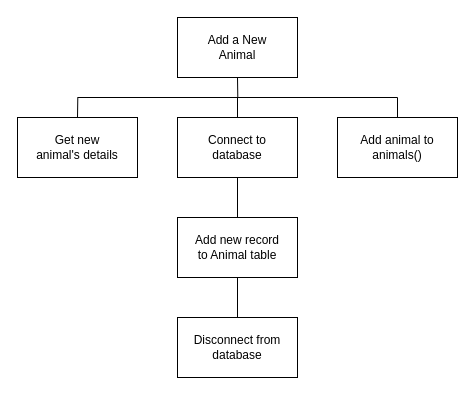
Before: page "sd1" (8 of 11) of ah-cs/sdd/AH-SDD-Animals/assets/diagrams/AH-SDD-Animals.drawio in MrFriendCS/MrFriendCS.github.io, a draw.io diagram. Source tidied: cells renumbered, new cells numbered last; positions are measured from the earlier drawing's top-left corner, leaving out a move shared by most shapes. Both pictures are drawn from the tidied source at 100%, with x=0, y=0 at pixel (17, 17).
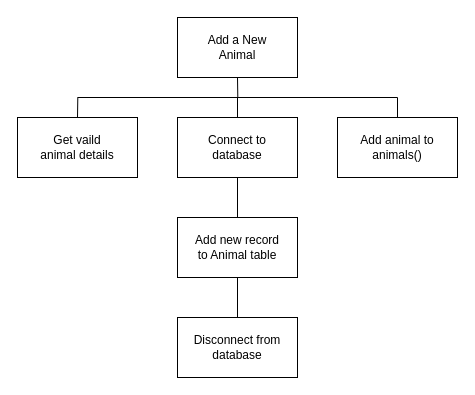
The same page after the edit.

The edit, as a diff of the source:
```diff
@@
 <mxGraphModel>
   <root>
     <mxCell id="0" />
     <mxCell id="1" parent="0" />
     <mxCell id="2" style="edgeStyle=none;shape=connector;rounded=0;jettySize=auto;html=1;exitX=0.5;exitY=1;exitDx=0;exitDy=0;strokeColor=default;align=center;verticalAlign=middle;fontFamily=Helvetica;fontSize=11;fontColor=default;labelBackgroundColor=default;endArrow=none;endFill=0;" parent="1" edge="1" source="3">
       <mxGeometry relative="1" as="geometry">
         <mxPoint x="220.3" y="80" as="targetPoint" />
       </mxGeometry>
     </mxCell>
     <mxCell id="3" value="Add a New&lt;div&gt;Animal&lt;/div&gt;" style="rounded=0;whiteSpace=wrap;html=1;fillColor=none;" parent="1" vertex="1">
       <mxGeometry x="160" width="120" height="60" as="geometry" />
     </mxCell>
     <mxCell id="4" style="edgeStyle=orthogonalEdgeStyle;shape=connector;rounded=0;jettySize=auto;html=1;exitX=0.5;exitY=0;exitDx=0;exitDy=0;strokeColor=default;align=center;verticalAlign=middle;fontFamily=Helvetica;fontSize=11;fontColor=default;labelBackgroundColor=default;endArrow=none;endFill=0;" parent="1" edge="1" source="6">
       <mxGeometry relative="1" as="geometry">
         <mxPoint x="220" y="80" as="targetPoint" />
       </mxGeometry>
     </mxCell>
     <mxCell id="5" style="edgeStyle=none;shape=connector;rounded=0;jettySize=auto;html=1;exitX=0.5;exitY=1;exitDx=0;exitDy=0;entryX=0.5;entryY=0;entryDx=0;entryDy=0;strokeColor=default;align=center;verticalAlign=middle;fontFamily=Helvetica;fontSize=11;fontColor=default;labelBackgroundColor=default;endArrow=none;endFill=0;" parent="1" edge="1" source="6" target="8">
       <mxGeometry relative="1" as="geometry" />
     </mxCell>
     <mxCell id="6" value="Connect to&lt;div&gt;database&lt;/div&gt;" style="rounded=0;whiteSpace=wrap;html=1;fillColor=none;" parent="1" vertex="1">
       <mxGeometry x="160" y="100" width="120" height="60" as="geometry" />
     </mxCell>
     <mxCell id="7" style="edgeStyle=none;shape=connector;rounded=0;jettySize=auto;html=1;exitX=0.5;exitY=1;exitDx=0;exitDy=0;entryX=0.5;entryY=0;entryDx=0;entryDy=0;strokeColor=default;align=center;verticalAlign=middle;fontFamily=Helvetica;fontSize=11;fontColor=default;labelBackgroundColor=default;endArrow=none;endFill=0;" parent="1" edge="1" source="8" target="10">
       <mxGeometry relative="1" as="geometry" />
     </mxCell>
     <mxCell id="8" value="Add new record&lt;div&gt;to Animal table&lt;/div&gt;" style="rounded=0;whiteSpace=wrap;html=1;fillColor=none;" parent="1" vertex="1">
       <mxGeometry x="160" y="200" width="120" height="60" as="geometry" />
     </mxCell>
     <mxCell id="9" style="endArrow=none;html=1;rounded=0;" parent="1" edge="1">
       <mxGeometry relative="1" as="geometry">
         <mxPoint x="60" y="80" as="sourcePoint" />
         <mxPoint x="380" y="80" as="targetPoint" />
       </mxGeometry>
     </mxCell>
     <mxCell id="10" value="Disconnect from&lt;div&gt;database&lt;/div&gt;" style="rounded=0;whiteSpace=wrap;html=1;fillColor=none;" parent="1" vertex="1">
       <mxGeometry x="160" y="300" width="120" height="60" as="geometry" />
     </mxCell>
     <mxCell id="11" style="rounded=0;jettySize=auto;html=1;exitX=0.5;exitY=0;exitDx=0;exitDy=0;endArrow=none;endFill=0;" parent="1" edge="1" source="12">
       <mxGeometry relative="1" as="geometry">
         <mxPoint x="380" y="80" as="targetPoint" />
       </mxGeometry>
     </mxCell>
     <mxCell id="12" value="Add animal to&lt;div&gt;animals()&lt;/div&gt;" style="rounded=0;whiteSpace=wrap;html=1;fillColor=none;" parent="1" vertex="1">
       <mxGeometry x="320" y="100" width="120" height="60" as="geometry" />
     </mxCell>
     <mxCell id="13" style="edgeStyle=none;shape=connector;rounded=0;jettySize=auto;html=1;exitX=0.5;exitY=0;exitDx=0;exitDy=0;strokeColor=default;align=center;verticalAlign=middle;fontFamily=Helvetica;fontSize=11;fontColor=default;labelBackgroundColor=default;endArrow=none;endFill=0;" parent="1" edge="1" source="14">
       <mxGeometry relative="1" as="geometry">
         <mxPoint x="60.3" y="80" as="targetPoint" />
       </mxGeometry>
     </mxCell>
-    <mxCell id="14" value="Get new&lt;div&gt;animal's details&lt;/div&gt;" style="rounded=0;whiteSpace=wrap;html=1;fillColor=none;" parent="1" vertex="1">
+    <mxCell id="14" value="Get vaild&lt;div&gt;animal details&lt;/div&gt;" style="rounded=0;whiteSpace=wrap;html=1;fillColor=none;" parent="1" vertex="1">
       <mxGeometry y="100" width="120" height="60" as="geometry" />
     </mxCell>
   </root>
 </mxGraphModel>
```
